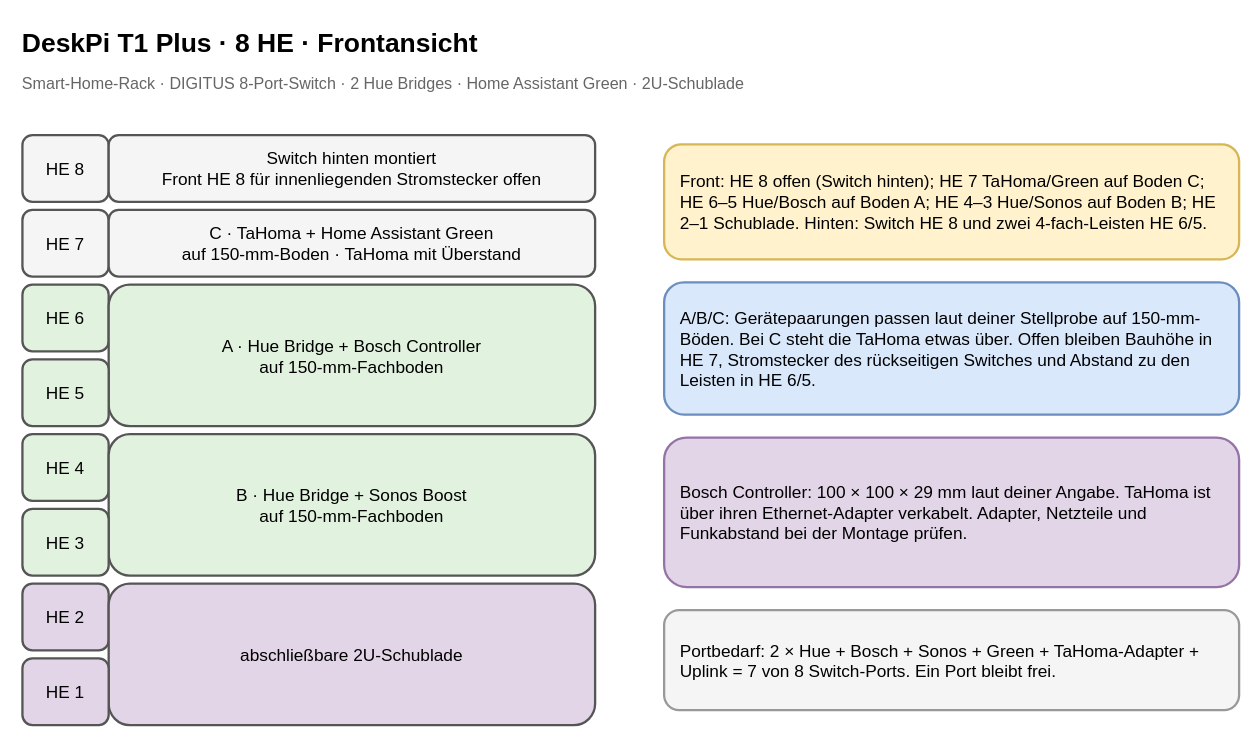
This is page "DeskPi 8 HE – Front" (1 of 4) of 10-zoll-rack-planung.drawio from tiptronic/diagrams, a draw.io file, before an edit. Source tidied: cells renumbered, new cells numbered last; positions are measured from the earlier drawing's top-left corner, leaving out a move shared by most shapes. Both pictures are drawn from the tidied source at 115%, with x=0, y=0 at pixel (20, 20).
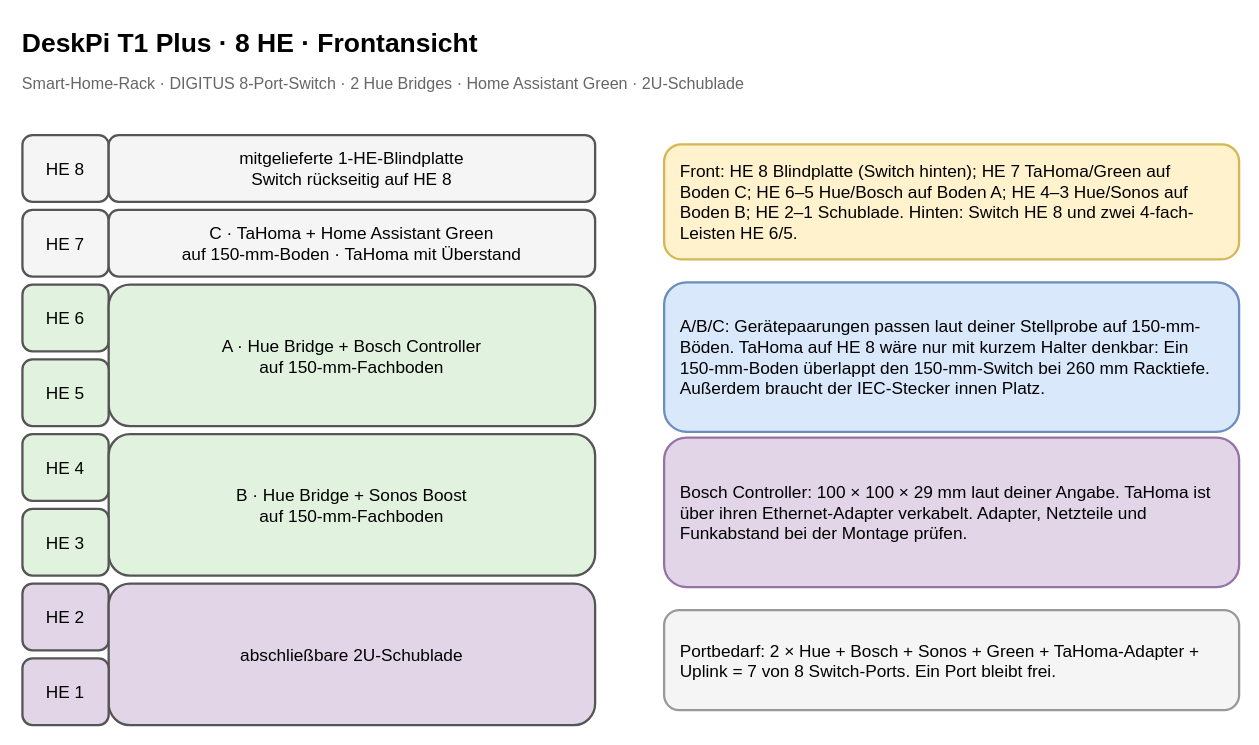
Above is the later version.

Commit message (it also covers changes not shown here):
Show front blank and TaHoma clearance option

Diff of the diagram source:
```diff
@@
-    <mxCell id="5" value="Switch hinten montiert&#10;Front HE 8 für innenliegenden Stromstecker offen" style="rounded=1;whiteSpace=wrap;html=1;align=center;verticalAlign=middle;strokeWidth=2;fontSize=15;fillColor=#f5f5f5;strokeColor=#555555;" parent="1" vertex="1">
+    <mxCell id="5" value="mitgelieferte 1-HE-Blindplatte&#10;Switch rückseitig auf HE 8" style="rounded=1;whiteSpace=wrap;html=1;align=center;verticalAlign=middle;strokeWidth=2;fontSize=15;fillColor=#f5f5f5;strokeColor=#555555;" parent="1" vertex="1">
       <mxGeometry x="77" y="100" width="423" height="58" as="geometry" />
     </mxCell>
@@
-    <mxCell id="17" value="Front: HE 8 offen (Switch hinten); HE 7 TaHoma/Green auf Boden C; HE 6–5 Hue/Bosch auf Boden A; HE 4–3 Hue/Sonos auf Boden B; HE 2–1 Schublade. Hinten: Switch HE 8 und zwei 4-fach-Leisten HE 6/5." style="rounded=1;whiteSpace=wrap;html=1;align=center;verticalAlign=middle;strokeWidth=2;fontSize=15;align=left;spacing=14;fillColor=#fff2cc;strokeColor=#d6b656;" parent="1" vertex="1">
+    <mxCell id="17" value="Front: HE 8 Blindplatte (Switch hinten); HE 7 TaHoma/Green auf Boden C; HE 6–5 Hue/Bosch auf Boden A; HE 4–3 Hue/Sonos auf Boden B; HE 2–1 Schublade. Hinten: Switch HE 8 und zwei 4-fach-Leisten HE 6/5." style="rounded=1;whiteSpace=wrap;html=1;align=center;verticalAlign=middle;strokeWidth=2;fontSize=15;align=left;spacing=14;fillColor=#fff2cc;strokeColor=#d6b656;" parent="1" vertex="1">
       <mxGeometry x="560" y="108" width="500" height="100" as="geometry" />
     </mxCell>
-    <mxCell id="18" value="A/B/C: Gerätepaarungen passen laut deiner Stellprobe auf 150-mm-Böden. Bei C steht die TaHoma etwas über. Offen bleiben Bauhöhe in HE 7, Stromstecker des rückseitigen Switches und Abstand zu den Leisten in HE 6/5." style="rounded=1;whiteSpace=wrap;html=1;align=center;verticalAlign=middle;strokeWidth=2;fontSize=15;align=left;spacing=14;fillColor=#dae8fc;strokeColor=#6c8ebf;" parent="1" vertex="1">
-      <mxGeometry x="560" y="228" width="500" height="115" as="geometry" />
+    <mxCell id="18" value="A/B/C: Gerätepaarungen passen laut deiner Stellprobe auf 150-mm-Böden. TaHoma auf HE 8 wäre nur mit kurzem Halter denkbar: Ein 150-mm-Boden überlappt den 150-mm-Switch bei 260 mm Racktiefe. Außerdem braucht der IEC-Stecker innen Platz." style="rounded=1;whiteSpace=wrap;html=1;align=center;verticalAlign=middle;strokeWidth=2;fontSize=15;align=left;spacing=14;fillColor=#dae8fc;strokeColor=#6c8ebf;" parent="1" vertex="1">
+      <mxGeometry x="560" y="228" width="500" height="130" as="geometry" />
     </mxCell>
```
